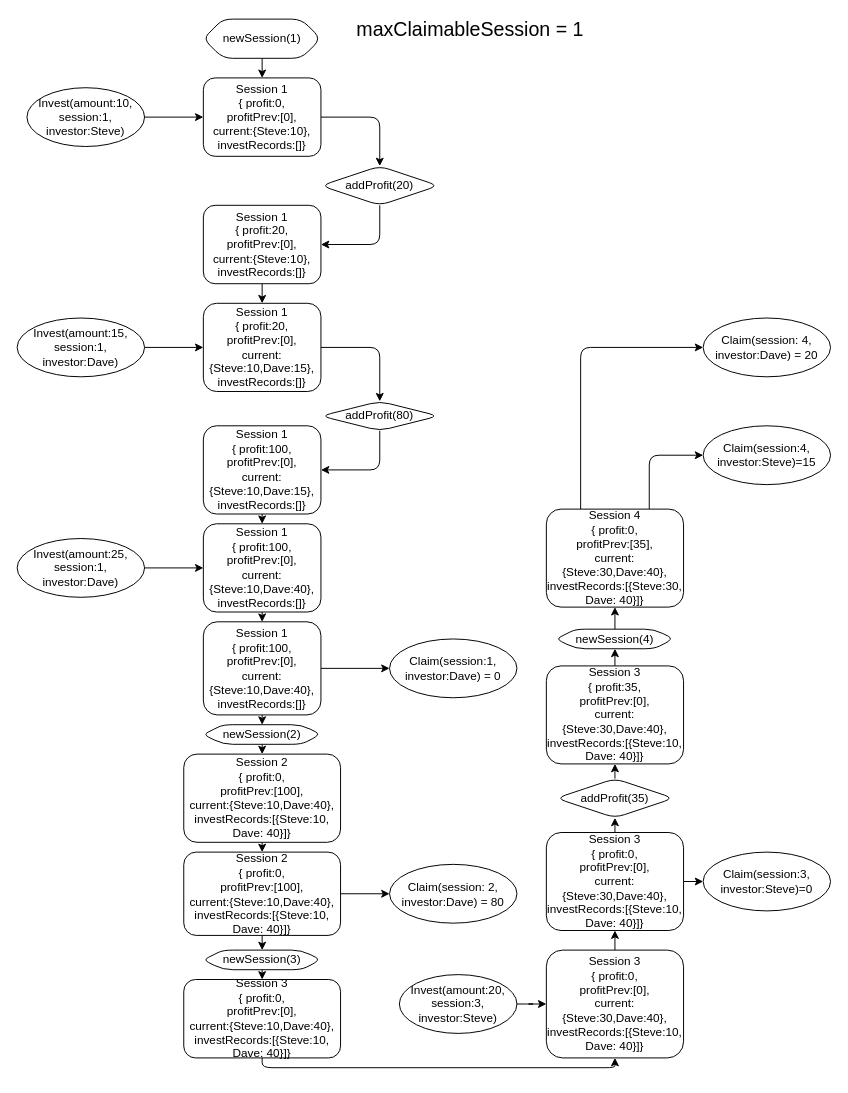
Above: page "Scenario1_MaxClaimableSession=1" (1 of 3) of Example1.drawio in ChihHaoChen/thundercoreProfit (draw.io), before the change. Source tidied: cells renumbered, new cells numbered last; positions are measured from the earlier drawing's top-left corner, leaving out a move shared by most shapes. Both pictures are drawn from the tidied source at 98%, with x=0, y=0 at pixel (17, 19).
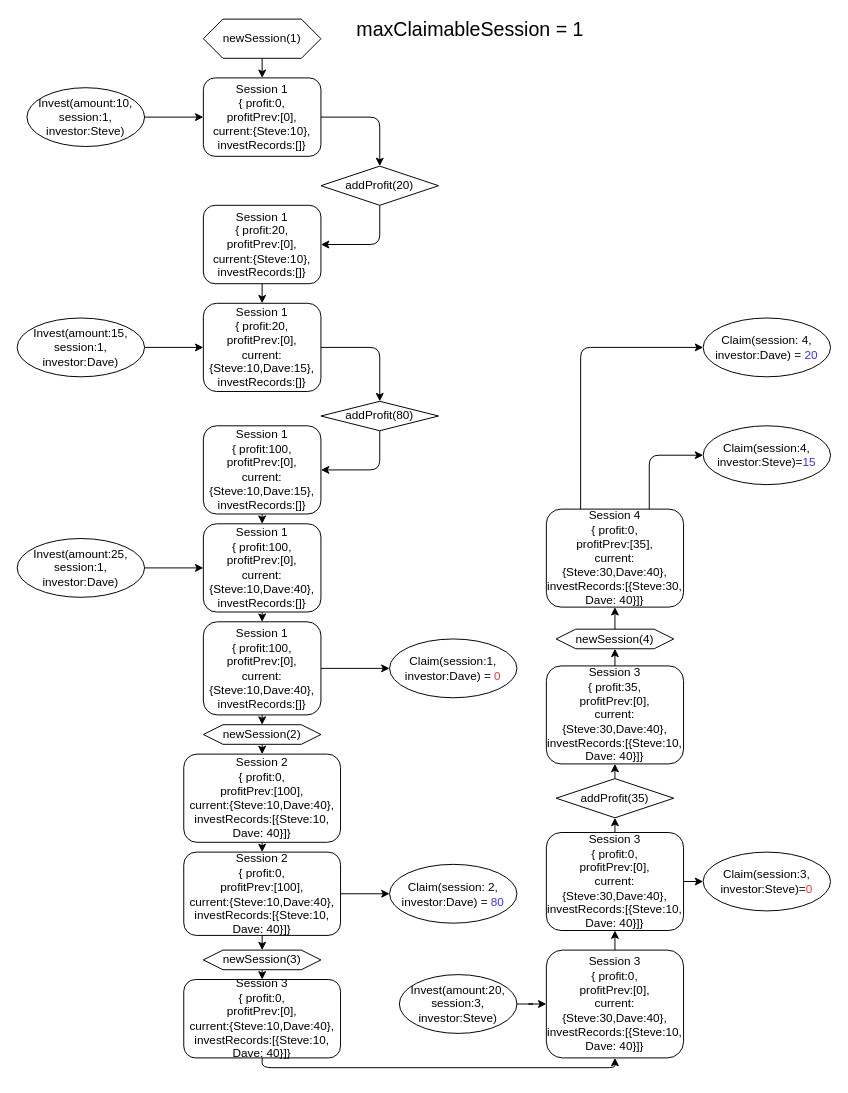
Above is the later version.

What changed in the source:
```diff
@@
-    <mxCell id="7" value="addProfit(20)" style="rhombus;whiteSpace=wrap;html=1;rounded=1;" parent="1" vertex="1">
+    <mxCell id="7" value="addProfit(20)" style="rhombus;whiteSpace=wrap;html=1;rounded=0;" parent="1" vertex="1">
       <mxGeometry x="310" y="150" width="120" height="40" as="geometry" />
     </mxCell>
@@
-    <mxCell id="15" value="addProfit(80)" style="rhombus;whiteSpace=wrap;html=1;rounded=1;" parent="1" vertex="1">
+    <mxCell id="15" value="addProfit(80)" style="rhombus;whiteSpace=wrap;html=1;rounded=0;" parent="1" vertex="1">
       <mxGeometry x="310" y="390" width="120" height="30" as="geometry" />
     </mxCell>
@@
-    <mxCell id="25" value="Claim(session:1, investor:Dave) = 0" style="ellipse;whiteSpace=wrap;html=1;rounded=1;" parent="1" vertex="1">
+    <mxCell id="25" value="Claim(session:1, investor:Dave) = &lt;font color=&quot;#FF3333&quot;&gt;0&lt;/font&gt;" style="ellipse;whiteSpace=wrap;html=1;rounded=1;" parent="1" vertex="1">
       <mxGeometry x="380" y="632.5" width="130" height="60" as="geometry" />
     </mxCell>
@@
-    <mxCell id="29" value="Claim(session: 2, investor:Dave) = 80" style="ellipse;whiteSpace=wrap;html=1;rounded=1;" parent="1" vertex="1">
+    <mxCell id="29" value="Claim(session: 2, investor:Dave) = &lt;font color=&quot;#3333FF&quot;&gt;80&lt;/font&gt;" style="ellipse;whiteSpace=wrap;html=1;rounded=1;" parent="1" vertex="1">
       <mxGeometry x="380" y="862.5" width="130" height="60" as="geometry" />
     </mxCell>
@@
-    <mxCell id="42" value="Claim(session:3, investor:Steve)=0" style="ellipse;whiteSpace=wrap;html=1;rounded=1;" parent="1" vertex="1">
+    <mxCell id="42" value="Claim(session:3, investor:Steve)=&lt;font color=&quot;#FF3333&quot;&gt;0&lt;/font&gt;" style="ellipse;whiteSpace=wrap;html=1;rounded=1;" parent="1" vertex="1">
       <mxGeometry x="700" y="850" width="130" height="60" as="geometry" />
     </mxCell>
@@
-    <mxCell id="44" value="addProfit(35)" style="rhombus;whiteSpace=wrap;html=1;rounded=1;" parent="1" vertex="1">
+    <mxCell id="44" value="addProfit(35)" style="rhombus;whiteSpace=wrap;html=1;rounded=0;" parent="1" vertex="1">
       <mxGeometry x="550" y="775" width="120" height="40" as="geometry" />
     </mxCell>
@@
-    <mxCell id="47" value="Claim(session:4, investor:Steve)=15" style="ellipse;whiteSpace=wrap;html=1;rounded=1;" parent="1" vertex="1">
+    <mxCell id="47" value="Claim(session:4, investor:Steve)=&lt;font color=&quot;#3333FF&quot;&gt;15&lt;/font&gt;" style="ellipse;whiteSpace=wrap;html=1;rounded=1;" parent="1" vertex="1">
       <mxGeometry x="700" y="415" width="130" height="60" as="geometry" />
     </mxCell>
-    <mxCell id="48" value="Claim(session: 4, investor:Dave) = 20" style="ellipse;whiteSpace=wrap;html=1;rounded=1;" parent="1" vertex="1">
+    <mxCell id="48" value="Claim(session: 4, investor:Dave) = &lt;font color=&quot;#3333FF&quot;&gt;20&lt;/font&gt;" style="ellipse;whiteSpace=wrap;html=1;rounded=1;" parent="1" vertex="1">
       <mxGeometry x="700" y="305" width="130" height="60" as="geometry" />
     </mxCell>
@@
-    <mxCell id="53" value="&lt;div&gt;newSession(2)&lt;/div&gt;" style="shape=hexagon;perimeter=hexagonPerimeter2;whiteSpace=wrap;html=1;fixedSize=1;rounded=1;" parent="1" vertex="1">
+    <mxCell id="53" value="&lt;div&gt;newSession(2)&lt;/div&gt;" style="shape=hexagon;perimeter=hexagonPerimeter2;whiteSpace=wrap;html=1;fixedSize=1;rounded=0;" parent="1" vertex="1">
       <mxGeometry x="190" y="720" width="120" height="20" as="geometry" />
     </mxCell>
@@
-    <mxCell id="55" value="&lt;div&gt;newSession(3)&lt;/div&gt;" style="shape=hexagon;perimeter=hexagonPerimeter2;whiteSpace=wrap;html=1;fixedSize=1;rounded=1;" parent="1" vertex="1">
+    <mxCell id="55" value="&lt;div&gt;newSession(3)&lt;/div&gt;" style="shape=hexagon;perimeter=hexagonPerimeter2;whiteSpace=wrap;html=1;fixedSize=1;rounded=0;" parent="1" vertex="1">
       <mxGeometry x="190" y="950" width="120" height="20" as="geometry" />
     </mxCell>
@@
-    <mxCell id="57" value="&lt;div&gt;newSession(4)&lt;/div&gt;" style="shape=hexagon;perimeter=hexagonPerimeter2;whiteSpace=wrap;html=1;fixedSize=1;rounded=1;" parent="1" vertex="1">
+    <mxCell id="57" value="&lt;div&gt;newSession(4)&lt;/div&gt;" style="shape=hexagon;perimeter=hexagonPerimeter2;whiteSpace=wrap;html=1;fixedSize=1;rounded=0;" parent="1" vertex="1">
       <mxGeometry x="550" y="622.5" width="120" height="20" as="geometry" />
     </mxCell>
@@
-    <mxCell id="60" value="&lt;div&gt;newSession(1)&lt;/div&gt;" style="shape=hexagon;perimeter=hexagonPerimeter2;whiteSpace=wrap;html=1;fixedSize=1;rounded=1;" parent="1" vertex="1">
+    <mxCell id="60" value="&lt;div&gt;newSession(1)&lt;/div&gt;" style="shape=hexagon;perimeter=hexagonPerimeter2;whiteSpace=wrap;html=1;fixedSize=1;rounded=0;" parent="1" vertex="1">
       <mxGeometry x="190" width="120" height="40" as="geometry" />
     </mxCell>
```
